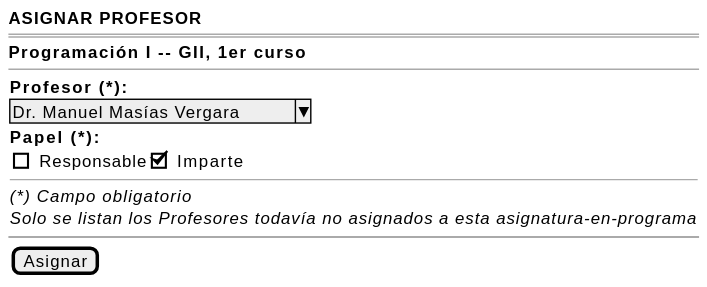
mmasias/pyCeldaPublico keeps this PlantUML diagram as images/RUP/01-requisitos/03-detalle-casos-uso/asignarProfesorAAsignaturaPrograma/wireframe.svg. Above is the earlier version.
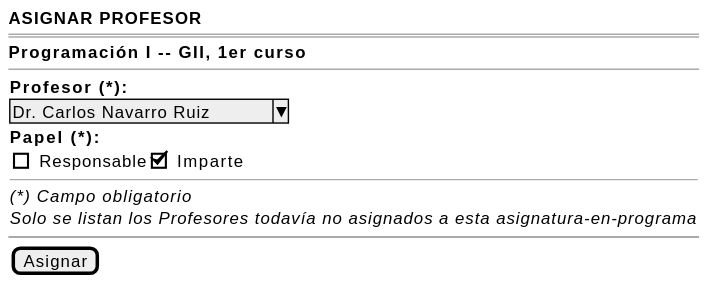
Later version of the same file.

Change to the diagram source:
```diff
@@ -6,7 +6,7 @@
     --
     {
         <b>Profesor (*):</b>
-        ^Dr. Manuel Masías Vergara^
+        ^Dr. Carlos Navarro Ruiz^
         <b>Papel (*):</b>
         {[ ] Responsable | [X] Imparte}
         --
```
